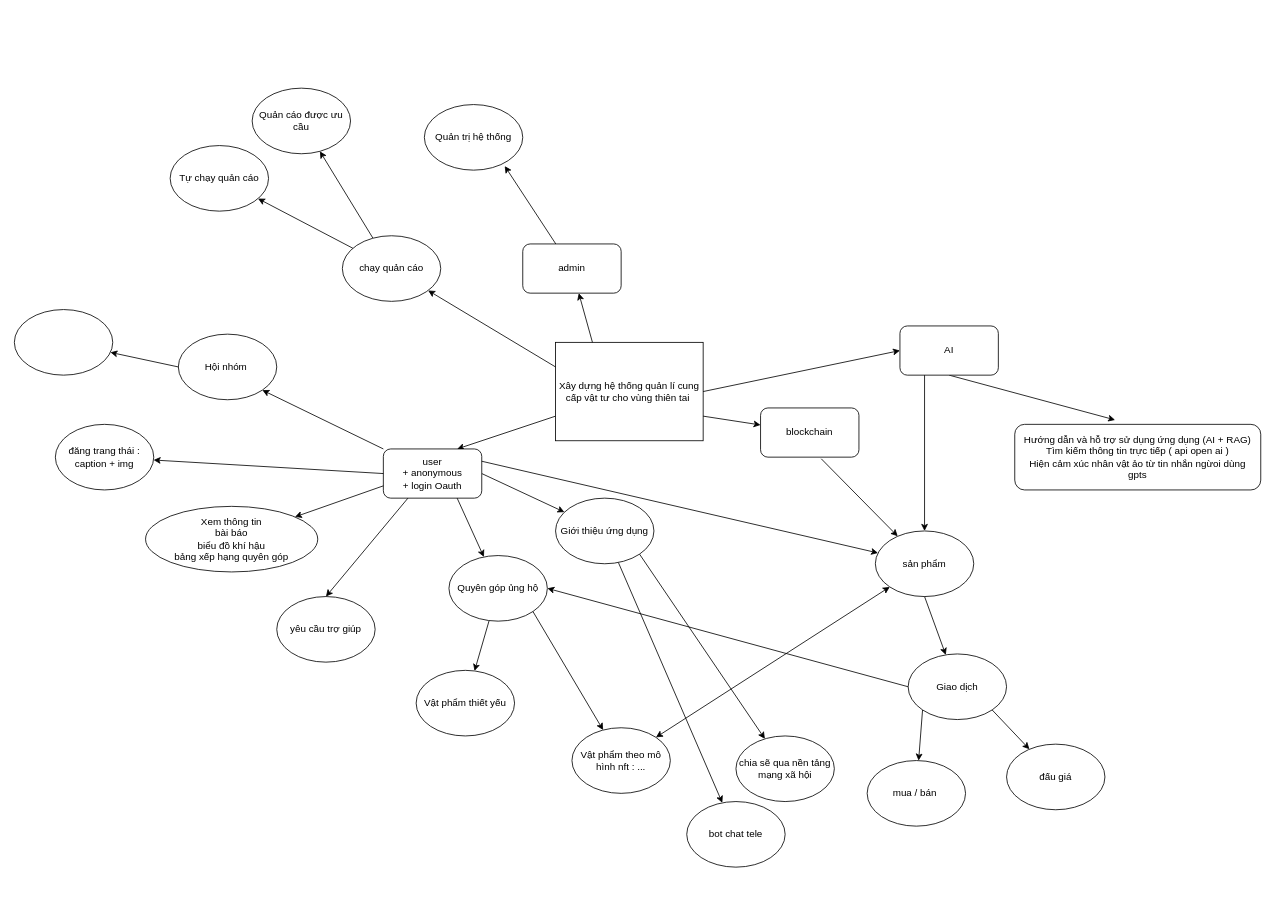
Before: design.dio in cnkhUtc2/design, a draw.io diagram. Source tidied: cells renumbered, new cells numbered last; positions are measured from the earlier drawing's top-left corner, leaving out a move shared by most shapes. Both pictures are drawn from the tidied source at 82%, with x=0, y=0 at pixel (14, 88).
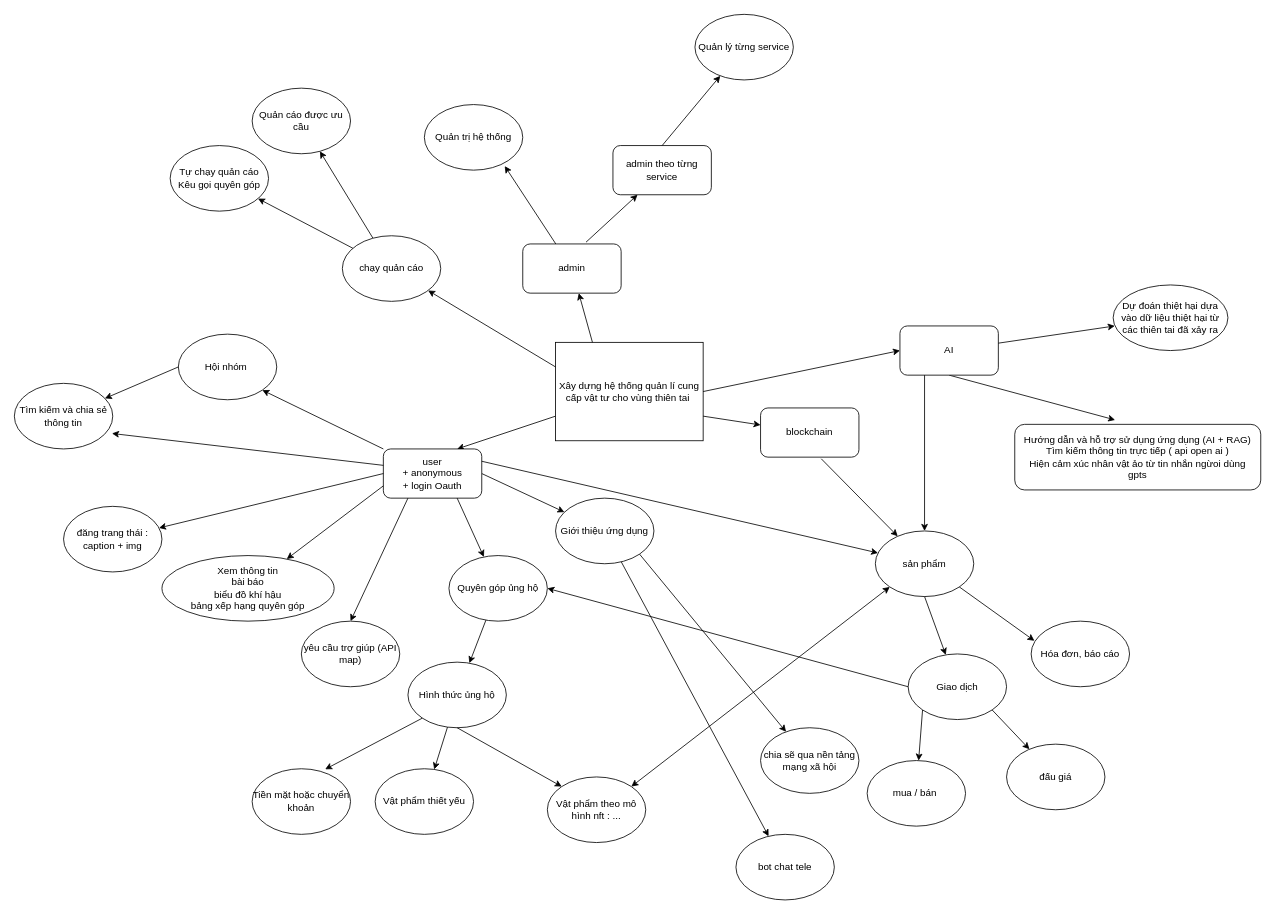
Above is the later version.

The change refers to these unchanged cells:
```xml
<mxCell id="10" value="Quyên góp ủng hộ" style="ellipse;whiteSpace=wrap;html=1;" parent="1" vertex="1">
  <mxGeometry x="530" y="570" width="120" height="80" as="geometry" />
</mxCell>
<mxCell id="24" value="admin" style="rounded=1;whiteSpace=wrap;html=1;" parent="1" vertex="1">
  <mxGeometry x="620" y="190" width="120" height="60" as="geometry" />
</mxCell>
<mxCell id="36" value="sản phẩm" style="ellipse;whiteSpace=wrap;html=1;" parent="1" vertex="1">
  <mxGeometry x="1050" y="540" width="120" height="80" as="geometry" />
</mxCell>
```

Change to the diagram source:
```diff
@@
-    <mxCell id="3" value="Xây dựng hệ thống quản lí cung cấp vật tư cho vùng thiên tai&amp;nbsp;" style="rounded=0;whiteSpace=wrap;html=1;" parent="1" vertex="1">
+    <mxCell id="3" value="Xây dựng hệ thống quản lí cung cấp vật tư cho vùng thiên tai&amp;nbsp;" style="rounded=0;whiteSpace=wrap;html=1;shadow=0;" parent="1" vertex="1">
       <mxGeometry x="660" y="310" width="180" height="120" as="geometry" />
     </mxCell>
@@
-    <mxCell id="9" style="edgeStyle=none;html=1;" parent="1" edge="1" source="10" target="26">
+    <mxCell id="9" style="edgeStyle=none;html=1;" parent="1" edge="1" source="59" target="26">
       <mxGeometry relative="1" as="geometry" />
     </mxCell>
@@
-    <mxCell id="12" value="yêu cầu trợ giúp" style="ellipse;whiteSpace=wrap;html=1;" parent="1" vertex="1">
-      <mxGeometry x="320" y="620" width="120" height="80" as="geometry" />
+    <mxCell id="12" value="yêu cầu trợ giúp (API map)" style="ellipse;whiteSpace=wrap;html=1;" parent="1" vertex="1">
+      <mxGeometry x="350" y="650" width="120" height="80" as="geometry" />
     </mxCell>
@@
     <mxCell id="14" value="Xem thông tin&lt;br&gt;bài báo&lt;br&gt;biểu đồ khí hậu&lt;br&gt;bảng xếp hạng quyên góp" style="ellipse;whiteSpace=wrap;html=1;" parent="1" vertex="1">
-      <mxGeometry x="160" y="510" width="210" height="80" as="geometry" />
+      <mxGeometry x="180" y="570" width="210" height="80" as="geometry" />
     </mxCell>
@@
     <mxCell id="26" value="Vật phẩm thiết yếu" style="ellipse;whiteSpace=wrap;html=1;" parent="1" vertex="1">
-      <mxGeometry x="490" y="710" width="120" height="80" as="geometry" />
+      <mxGeometry x="440" y="830" width="120" height="80" as="geometry" />
     </mxCell>
-    <mxCell id="27" style="endArrow=classic;html=1;exitX=1;exitY=1;exitDx=0;exitDy=0;" parent="1" edge="1" source="10" target="28">
-      <mxGeometry relative="1" as="geometry" />
-    </mxCell>
     <mxCell id="28" value="Vật phẩm theo mô hình nft : ..." style="ellipse;whiteSpace=wrap;html=1;" parent="1" vertex="1">
-      <mxGeometry x="680" y="780" width="120" height="80" as="geometry" />
+      <mxGeometry x="650" y="840" width="120" height="80" as="geometry" />
     </mxCell>
     <mxCell id="29" value="bot chat tele" style="ellipse;whiteSpace=wrap;html=1;" parent="1" vertex="1">
-      <mxGeometry x="820" y="870" width="120" height="80" as="geometry" />
+      <mxGeometry x="880" y="910" width="120" height="80" as="geometry" />
     </mxCell>
@@
-    <mxCell id="31" value="Tự chạy quản cáo" style="ellipse;whiteSpace=wrap;html=1;" parent="1" vertex="1">
+    <mxCell id="31" value="Tự chạy quản cáo&lt;br&gt;Kêu gọi quyên góp" style="ellipse;whiteSpace=wrap;html=1;" parent="1" vertex="1">
       <mxGeometry x="190" y="70" width="120" height="80" as="geometry" />
     </mxCell>
@@
     <mxCell id="34" value="đăng trang thái : caption + img" style="ellipse;whiteSpace=wrap;html=1;" parent="1" vertex="1">
-      <mxGeometry x="50" y="410" width="120" height="80" as="geometry" />
+      <mxGeometry x="60" y="510" width="120" height="80" as="geometry" />
     </mxCell>
@@
-    <mxCell id="52" style="ellipse;whiteSpace=wrap;html=1;" parent="1" vertex="1">
-      <mxGeometry y="270" width="120" height="80" as="geometry" />
+    <mxCell id="52" value="Tìm kiếm và chia sẻ thông tin" style="ellipse;whiteSpace=wrap;html=1;" parent="1" vertex="1">
+      <mxGeometry y="360" width="120" height="80" as="geometry" />
     </mxCell>
@@
     <mxCell id="54" value="chia sẽ qua nền tảng mạng xã hội" style="ellipse;whiteSpace=wrap;html=1;" parent="1" vertex="1">
-      <mxGeometry x="880" y="790" width="120" height="80" as="geometry" />
+      <mxGeometry x="910" y="780" width="120" height="80" as="geometry" />
     </mxCell>
+    <mxCell id="55" value="Dự đoán thiệt hại dựa vào dữ liệu thiệt hại từ các thiên tai đã xảy ra" style="ellipse;whiteSpace=wrap;html=1;" parent="1" vertex="1">
+      <mxGeometry x="1340" y="240" width="140" height="80" as="geometry" />
+    </mxCell>
+    <mxCell id="56" style="endArrow=classic;html=1;" parent="1" edge="1">
+      <mxGeometry relative="1" as="geometry">
+        <mxPoint x="1200" y="311" as="sourcePoint" />
+        <mxPoint x="1342" y="290" as="targetPoint" />
+      </mxGeometry>
+    </mxCell>
+    <mxCell id="57" value="Hóa đơn, báo cáo" style="ellipse;whiteSpace=wrap;html=1;" parent="1" vertex="1">
+      <mxGeometry x="1240" y="650" width="120" height="80" as="geometry" />
+    </mxCell>
+    <mxCell id="58" style="endArrow=classic;html=1;entryX=0.033;entryY=0.305;entryDx=0;entryDy=0;entryPerimeter=0;exitX=1;exitY=1;exitDx=0;exitDy=0;" parent="1" edge="1" source="36">
+      <mxGeometry relative="1" as="geometry">
+        <mxPoint x="1244" y="674" as="targetPoint" />
+      </mxGeometry>
+    </mxCell>
+    <mxCell id="59" value="Hình thức ủng hộ" style="ellipse;whiteSpace=wrap;html=1;" parent="1" vertex="1">
+      <mxGeometry x="480" y="700" width="120" height="80" as="geometry" />
+    </mxCell>
+    <mxCell id="60" style="edgeStyle=none;html=1;exitX=0.5;exitY=1;exitDx=0;exitDy=0;entryX=0;entryY=0;entryDx=0;entryDy=0;" parent="1" edge="1" source="59" target="28">
+      <mxGeometry relative="1" as="geometry" />
+    </mxCell>
+    <mxCell id="61" style="edgeStyle=none;html=1;" parent="1" edge="1" source="10" target="59">
+      <mxGeometry relative="1" as="geometry" />
+    </mxCell>
+    <mxCell id="62" value="&lt;font face=&quot;Helvetica&quot;&gt;Tiền mặt hoặc chuyển khoản&lt;/font&gt;" style="ellipse;whiteSpace=wrap;html=1;hachureGap=4;fontFamily=Architects Daughter;" parent="1" vertex="1">
+      <mxGeometry x="290" y="830" width="120" height="80" as="geometry" />
+    </mxCell>
+    <mxCell id="63" style="edgeStyle=none;html=1;exitX=0;exitY=1;exitDx=0;exitDy=0;entryX=0.742;entryY=0.008;entryDx=0;entryDy=0;entryPerimeter=0;" parent="1" edge="1" source="59" target="62">
+      <mxGeometry relative="1" as="geometry" />
+    </mxCell>
+    <mxCell id="64" style="endArrow=classic;html=1;entryX=0.992;entryY=0.764;entryDx=0;entryDy=0;entryPerimeter=0;" parent="1" edge="1" target="52">
+      <mxGeometry relative="1" as="geometry">
+        <mxPoint x="450" y="460" as="sourcePoint" />
+      </mxGeometry>
+    </mxCell>
+    <mxCell id="65" value="admin theo từng service" style="rounded=1;whiteSpace=wrap;html=1;" parent="1" vertex="1">
+      <mxGeometry x="730" y="70" width="120" height="60" as="geometry" />
+    </mxCell>
+    <mxCell id="66" value="Quản lý từng service" style="ellipse;whiteSpace=wrap;html=1;" parent="1" vertex="1">
+      <mxGeometry x="830" y="-90" width="120" height="80" as="geometry" />
+    </mxCell>
+    <mxCell id="67" style="edgeStyle=none;html=1;entryX=0.25;entryY=1;entryDx=0;entryDy=0;exitX=0.643;exitY=-0.036;exitDx=0;exitDy=0;exitPerimeter=0;" parent="1" edge="1" source="24" target="65">
+      <mxGeometry relative="1" as="geometry" />
+    </mxCell>
+    <mxCell id="68" style="edgeStyle=none;html=1;exitX=0.5;exitY=0;exitDx=0;exitDy=0;" parent="1" edge="1" source="65" target="66">
+      <mxGeometry relative="1" as="geometry" />
+    </mxCell>
```
